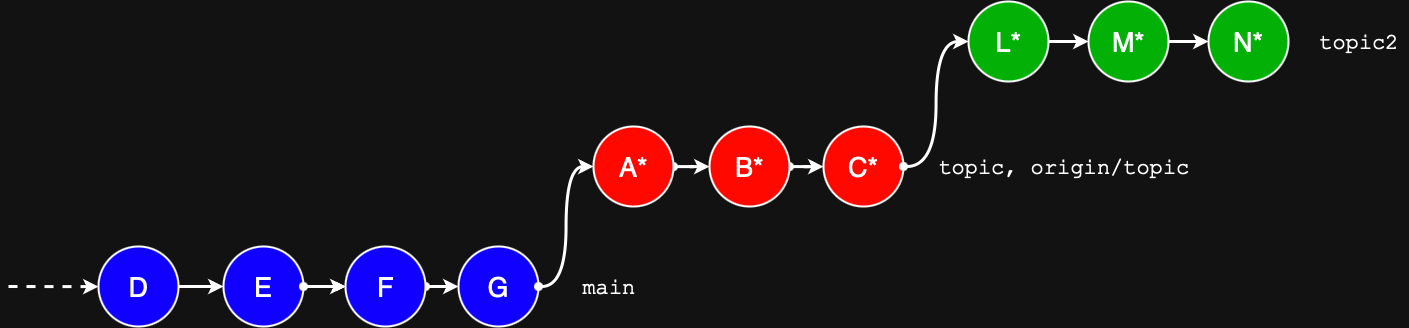
This is rebase-exercise/git-rebase-exercise-2.drawio.png from nav-mohan/wiki, a draw.io export, as it was before one commit. Source tidied: cells renumbered, new cells last; positions are measured from the earlier drawing's top-left corner, leaving out a move shared by most shapes.
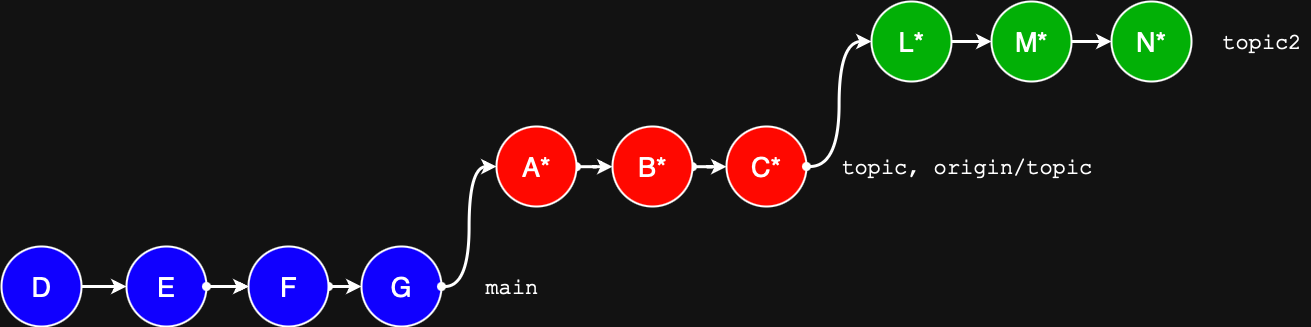
After the commit.

Commit message:
edits to images rebase-exercise

The edit, as a diff of the source:
```diff
@@ -2,10 +2,10 @@
   <root>
     <mxCell id="0" />
     <mxCell id="1" parent="0" />
-    <mxCell id="2" style="edgeStyle=orthogonalEdgeStyle;rounded=0;jettySize=auto;html=1;" parent="1" edge="1" source="4" target="22">
+    <mxCell id="2" style="edgeStyle=orthogonalEdgeStyle;rounded=0;jettySize=auto;html=1;" parent="1" edge="1" source="4" target="21">
       <mxGeometry relative="1" as="geometry" />
     </mxCell>
-    <mxCell id="3" style="edgeStyle=orthogonalEdgeStyle;rounded=0;jettySize=auto;html=1;" parent="1" edge="1" source="4" target="22">
+    <mxCell id="3" style="edgeStyle=orthogonalEdgeStyle;rounded=0;jettySize=auto;html=1;" parent="1" edge="1" source="4" target="21">
       <mxGeometry relative="1" as="geometry" />
     </mxCell>
     <mxCell id="4" value="E" style="ellipse;whiteSpace=wrap;html=1;strokeWidth=2;fontSize=27;fillColor=light-dark(#FFFFFF,#1000FF);fontColor=light-dark(#000000,#FFFFFF);strokeColor=light-dark(#000000,#FFFFFF);" parent="1" vertex="1">
@@ -14,13 +14,13 @@
     <mxCell id="5" value="N*" style="ellipse;whiteSpace=wrap;html=1;strokeWidth=2;fontSize=27;fillColor=light-dark(#FFFFFF,#02B006);fontColor=light-dark(#000000,#FFFFFF);strokeColor=default;align=center;verticalAlign=middle;fontFamily=Helvetica;" parent="1" vertex="1">
       <mxGeometry x="1200" width="80" height="80" as="geometry" />
     </mxCell>
-    <mxCell id="6" style="edgeStyle=orthogonalEdgeStyle;rounded=0;jettySize=auto;html=1;strokeColor=default;strokeWidth=3;align=center;verticalAlign=middle;fontFamily=Helvetica;fontSize=27;fontColor=light-dark(#000000,#000000);labelBackgroundColor=default;startArrow=oval;startFill=1;endArrow=classic;endSize=6;" parent="1" edge="1" source="7" target="18">
+    <mxCell id="6" style="edgeStyle=orthogonalEdgeStyle;rounded=0;jettySize=auto;html=1;strokeColor=default;strokeWidth=3;align=center;verticalAlign=middle;fontFamily=Helvetica;fontSize=27;fontColor=light-dark(#000000,#000000);labelBackgroundColor=default;startArrow=oval;startFill=1;endArrow=classic;endSize=6;" parent="1" edge="1" source="7" target="17">
       <mxGeometry relative="1" as="geometry" />
     </mxCell>
     <mxCell id="7" value="A*" style="ellipse;whiteSpace=wrap;html=1;strokeWidth=2;fontSize=27;fillColor=light-dark(#FFFFFF,#FF0800);fontColor=light-dark(#000000,#FFFFFF);strokeColor=default;align=center;verticalAlign=middle;fontFamily=Helvetica;" parent="1" vertex="1">
       <mxGeometry x="585" y="125" width="80" height="80" as="geometry" />
     </mxCell>
-    <mxCell id="8" style="endArrow=classic;html=1;rounded=0;exitX=1;exitY=0.5;exitDx=0;exitDy=0;entryX=0;entryY=0.5;entryDx=0;entryDy=0;strokeWidth=3;fontSize=27;fontColor=light-dark(#000000,#000000);endSize=6;" parent="1" edge="1" source="14" target="4">
+    <mxCell id="8" style="endArrow=classic;html=1;rounded=0;exitX=1;exitY=0.5;exitDx=0;exitDy=0;entryX=0;entryY=0.5;entryDx=0;entryDy=0;strokeWidth=3;fontSize=27;fontColor=light-dark(#000000,#000000);endSize=6;" parent="1" edge="1" source="13" target="4">
       <mxGeometry relative="1" as="geometry" />
     </mxCell>
     <mxCell id="9" style="edgeStyle=orthogonalEdgeStyle;rounded=0;jettySize=auto;html=1;strokeWidth=3;endSize=6;" parent="1" edge="1" source="10" target="5">
@@ -35,57 +35,48 @@
     <mxCell id="12" value="&lt;font face=&quot;Courier New&quot;&gt;topic, origin/topic&lt;/font&gt;" style="text;html=1;align=center;verticalAlign=middle;strokeColor=none;fillColor=none;fontSize=22;" parent="1" vertex="1">
       <mxGeometry x="920" y="145" width="270" height="40" as="geometry" />
     </mxCell>
-    <mxCell id="13" style="edgeStyle=orthogonalEdgeStyle;rounded=0;jettySize=auto;html=1;dashed=1;strokeWidth=3;" parent="1" edge="1" target="14">
-      <mxGeometry relative="1" as="geometry">
-        <mxPoint y="285" as="sourcePoint" />
-        <Array as="points">
-          <mxPoint x="50" y="285" />
-          <mxPoint x="50" y="285" />
-        </Array>
-      </mxGeometry>
+    <mxCell id="13" value="D" style="ellipse;whiteSpace=wrap;html=1;strokeWidth=2;fontSize=27;fillColor=light-dark(#FFFFFF,#1000FF);fontColor=light-dark(#000000,#FFFFFF);strokeColor=light-dark(#000000,#FFFFFF);" parent="1" vertex="1">
+      <mxGeometry x="90" y="245" width="80" height="80" as="geometry" />
     </mxCell>
-    <mxCell id="14" value="D" style="ellipse;whiteSpace=wrap;html=1;strokeWidth=2;fontSize=27;fillColor=light-dark(#FFFFFF,#1000FF);fontColor=light-dark(#000000,#FFFFFF);strokeColor=light-dark(#000000,#FFFFFF);" parent="1" vertex="1">
-      <mxGeometry x="90" y="245" width="80" height="80" as="geometry" />
+    <mxCell id="14" style="endArrow=classic;html=1;rounded=0;entryX=0;entryY=0.5;entryDx=0;entryDy=0;exitX=1;exitY=0.5;exitDx=0;exitDy=0;strokeWidth=3;startArrow=oval;startFill=1;fontSize=27;fontColor=light-dark(#000000,#000000);endSize=6;" parent="1" edge="1" source="21" target="15">
+      <mxGeometry relative="1" as="geometry">
+        <Array as="points">
+          <mxPoint x="420" y="285" />
+        </Array>
+      </mxGeometry>
     </mxCell>
-    <mxCell id="15" style="endArrow=classic;html=1;rounded=0;entryX=0;entryY=0.5;entryDx=0;entryDy=0;exitX=1;exitY=0.5;exitDx=0;exitDy=0;strokeWidth=3;startArrow=oval;startFill=1;fontSize=27;fontColor=light-dark(#000000,#000000);endSize=6;" parent="1" edge="1" source="22" target="16">
-      <mxGeometry relative="1" as="geometry">
-        <Array as="points">
-          <mxPoint x="420" y="285" />
-        </Array>
-      </mxGeometry>
+    <mxCell id="15" value="G" style="ellipse;whiteSpace=wrap;html=1;strokeWidth=2;fontSize=27;fillColor=light-dark(#FFFFFF,#1000FF);fontColor=light-dark(#000000,#FFFFFF);strokeColor=light-dark(#000000,#FFFFFF);" parent="1" vertex="1">
+      <mxGeometry x="450" y="245" width="80" height="80" as="geometry" />
     </mxCell>
-    <mxCell id="16" value="G" style="ellipse;whiteSpace=wrap;html=1;strokeWidth=2;fontSize=27;fillColor=light-dark(#FFFFFF,#1000FF);fontColor=light-dark(#000000,#FFFFFF);strokeColor=light-dark(#000000,#FFFFFF);" parent="1" vertex="1">
-      <mxGeometry x="450" y="245" width="80" height="80" as="geometry" />
+    <mxCell id="16" style="edgeStyle=orthogonalEdgeStyle;rounded=0;jettySize=auto;html=1;strokeColor=default;strokeWidth=3;align=center;verticalAlign=middle;fontFamily=Helvetica;fontSize=27;fontColor=light-dark(#000000,#000000);labelBackgroundColor=default;startArrow=oval;startFill=1;endArrow=classic;endSize=6;" parent="1" edge="1" source="17" target="23">
+      <mxGeometry relative="1" as="geometry" />
     </mxCell>
-    <mxCell id="17" style="edgeStyle=orthogonalEdgeStyle;rounded=0;jettySize=auto;html=1;strokeColor=default;strokeWidth=3;align=center;verticalAlign=middle;fontFamily=Helvetica;fontSize=27;fontColor=light-dark(#000000,#000000);labelBackgroundColor=default;startArrow=oval;startFill=1;endArrow=classic;endSize=6;" parent="1" edge="1" source="18" target="24">
-      <mxGeometry relative="1" as="geometry" />
+    <mxCell id="17" value="B*" style="ellipse;whiteSpace=wrap;html=1;strokeWidth=2;fontSize=27;fillColor=light-dark(#FFFFFF,#FF0800);fontColor=light-dark(#000000,#FFFFFF);strokeColor=default;align=center;verticalAlign=middle;fontFamily=Helvetica;" parent="1" vertex="1">
+      <mxGeometry x="701" y="125" width="80" height="80" as="geometry" />
     </mxCell>
-    <mxCell id="18" value="B*" style="ellipse;whiteSpace=wrap;html=1;strokeWidth=2;fontSize=27;fillColor=light-dark(#FFFFFF,#FF0800);fontColor=light-dark(#000000,#FFFFFF);strokeColor=default;align=center;verticalAlign=middle;fontFamily=Helvetica;" parent="1" vertex="1">
-      <mxGeometry x="701" y="125" width="80" height="80" as="geometry" />
+    <mxCell id="18" style="edgeStyle=orthogonalEdgeStyle;rounded=0;jettySize=auto;html=1;strokeWidth=3;" parent="1" edge="1" source="19" target="10">
+      <mxGeometry relative="1" as="geometry" />
     </mxCell>
-    <mxCell id="19" style="edgeStyle=orthogonalEdgeStyle;rounded=0;jettySize=auto;html=1;strokeWidth=3;" parent="1" edge="1" source="20" target="10">
-      <mxGeometry relative="1" as="geometry" />
+    <mxCell id="19" value="L*" style="ellipse;whiteSpace=wrap;html=1;strokeWidth=2;fontSize=27;fillColor=light-dark(#FFFFFF,#02B006);fontColor=light-dark(#000000,#FFFFFF);strokeColor=default;align=center;verticalAlign=middle;fontFamily=Helvetica;" parent="1" vertex="1">
+      <mxGeometry x="960" width="80" height="80" as="geometry" />
     </mxCell>
-    <mxCell id="20" value="L*" style="ellipse;whiteSpace=wrap;html=1;strokeWidth=2;fontSize=27;fillColor=light-dark(#FFFFFF,#02B006);fontColor=light-dark(#000000,#FFFFFF);strokeColor=default;align=center;verticalAlign=middle;fontFamily=Helvetica;" parent="1" vertex="1">
-      <mxGeometry x="960" width="80" height="80" as="geometry" />
+    <mxCell id="20" style="endArrow=classic;html=1;rounded=0;entryX=0;entryY=0.5;entryDx=0;entryDy=0;exitX=1;exitY=0.5;exitDx=0;exitDy=0;strokeWidth=3;startArrow=oval;startFill=1;fontSize=27;fontColor=light-dark(#000000,#000000);endSize=6;" parent="1" edge="1" source="4" target="21">
+      <mxGeometry relative="1" as="geometry" />
     </mxCell>
-    <mxCell id="21" style="endArrow=classic;html=1;rounded=0;entryX=0;entryY=0.5;entryDx=0;entryDy=0;exitX=1;exitY=0.5;exitDx=0;exitDy=0;strokeWidth=3;startArrow=oval;startFill=1;fontSize=27;fontColor=light-dark(#000000,#000000);endSize=6;" parent="1" edge="1" source="4" target="22">
-      <mxGeometry relative="1" as="geometry" />
+    <mxCell id="21" value="F" style="ellipse;whiteSpace=wrap;html=1;strokeWidth=2;fontSize=27;fillColor=light-dark(#FFFFFF,#1000FF);fontColor=light-dark(#000000,#FFFFFF);strokeColor=light-dark(#000000,#FFFFFF);" parent="1" vertex="1">
+      <mxGeometry x="337" y="245" width="80" height="80" as="geometry" />
     </mxCell>
-    <mxCell id="22" value="F" style="ellipse;whiteSpace=wrap;html=1;strokeWidth=2;fontSize=27;fillColor=light-dark(#FFFFFF,#1000FF);fontColor=light-dark(#000000,#FFFFFF);strokeColor=light-dark(#000000,#FFFFFF);" parent="1" vertex="1">
-      <mxGeometry x="337" y="245" width="80" height="80" as="geometry" />
+    <mxCell id="22" value="&lt;font face=&quot;Courier New&quot;&gt;main&lt;/font&gt;" style="text;html=1;align=center;verticalAlign=middle;points=[];strokeColor=none;fillColor=none;fontSize=22;" parent="1" vertex="1">
+      <mxGeometry x="560" y="265" width="80" height="40" as="geometry" />
     </mxCell>
-    <mxCell id="23" value="&lt;font face=&quot;Courier New&quot;&gt;main&lt;/font&gt;" style="text;html=1;align=center;verticalAlign=middle;points=[];strokeColor=none;fillColor=none;fontSize=22;" parent="1" vertex="1">
-      <mxGeometry x="560" y="265" width="80" height="40" as="geometry" />
+    <mxCell id="23" value="C*" style="ellipse;whiteSpace=wrap;html=1;strokeWidth=2;fontSize=27;fillColor=light-dark(#FFFFFF,#FF0800);fontColor=light-dark(#000000,#FFFFFF);strokeColor=default;align=center;verticalAlign=middle;fontFamily=Helvetica;" parent="1" vertex="1">
+      <mxGeometry x="815" y="125" width="80" height="80" as="geometry" />
     </mxCell>
-    <mxCell id="24" value="C*" style="ellipse;whiteSpace=wrap;html=1;strokeWidth=2;fontSize=27;fillColor=light-dark(#FFFFFF,#FF0800);fontColor=light-dark(#000000,#FFFFFF);strokeColor=default;align=center;verticalAlign=middle;fontFamily=Helvetica;" parent="1" vertex="1">
-      <mxGeometry x="815" y="125" width="80" height="80" as="geometry" />
+    <mxCell id="24" style="edgeStyle=orthogonalEdgeStyle;rounded=0;jettySize=auto;html=1;exitX=1;exitY=0.5;exitDx=0;exitDy=0;entryX=0;entryY=0.5;entryDx=0;entryDy=0;strokeColor=default;strokeWidth=3;align=center;verticalAlign=middle;fontFamily=Helvetica;fontSize=27;fontColor=light-dark(#000000,#000000);labelBackgroundColor=default;startArrow=oval;startFill=1;endArrow=classic;endSize=6;curved=1;" parent="1" edge="1" source="15" target="7">
+      <mxGeometry relative="1" as="geometry" />
     </mxCell>
-    <mxCell id="25" style="edgeStyle=orthogonalEdgeStyle;rounded=0;jettySize=auto;html=1;exitX=1;exitY=0.5;exitDx=0;exitDy=0;entryX=0;entryY=0.5;entryDx=0;entryDy=0;strokeColor=default;strokeWidth=3;align=center;verticalAlign=middle;fontFamily=Helvetica;fontSize=27;fontColor=light-dark(#000000,#000000);labelBackgroundColor=default;startArrow=oval;startFill=1;endArrow=classic;endSize=6;curved=1;" parent="1" edge="1" source="16" target="7">
+    <mxCell id="25" style="edgeStyle=orthogonalEdgeStyle;rounded=0;jettySize=auto;html=1;exitX=1;exitY=0.5;exitDx=0;exitDy=0;entryX=0;entryY=0.5;entryDx=0;entryDy=0;strokeColor=default;strokeWidth=3;align=center;verticalAlign=middle;fontFamily=Helvetica;fontSize=27;fontColor=light-dark(#000000,#000000);labelBackgroundColor=default;startArrow=oval;startFill=1;endArrow=classic;endSize=6;curved=1;" parent="1" edge="1" source="23" target="19">
       <mxGeometry relative="1" as="geometry" />
     </mxCell>
-    <mxCell id="26" style="edgeStyle=orthogonalEdgeStyle;rounded=0;jettySize=auto;html=1;exitX=1;exitY=0.5;exitDx=0;exitDy=0;entryX=0;entryY=0.5;entryDx=0;entryDy=0;strokeColor=default;strokeWidth=3;align=center;verticalAlign=middle;fontFamily=Helvetica;fontSize=27;fontColor=light-dark(#000000,#000000);labelBackgroundColor=default;startArrow=oval;startFill=1;endArrow=classic;endSize=6;curved=1;" parent="1" edge="1" source="24" target="20">
-      <mxGeometry relative="1" as="geometry" />
-    </mxCell>
   </root>
 </mxGraphModel>
```
